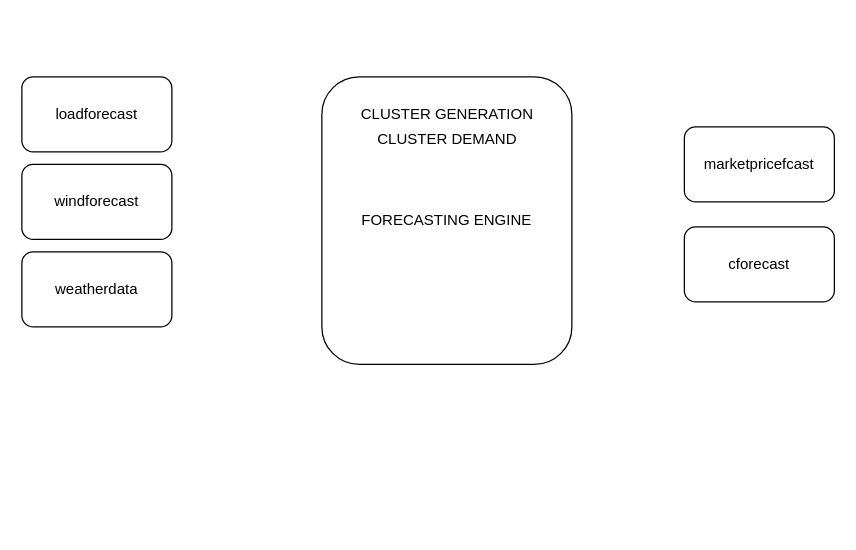
Earlier version of the draw.io diagram forecastingengine.drawio (MorrisStranger/App_Academy). Source tidied: cells renumbered, new cells numbered last; positions are measured from the earlier drawing's top-left corner, leaving out a move shared by most shapes. Both pictures are drawn from the tidied source at 125%, with x=0, y=0 at pixel (21, 76).
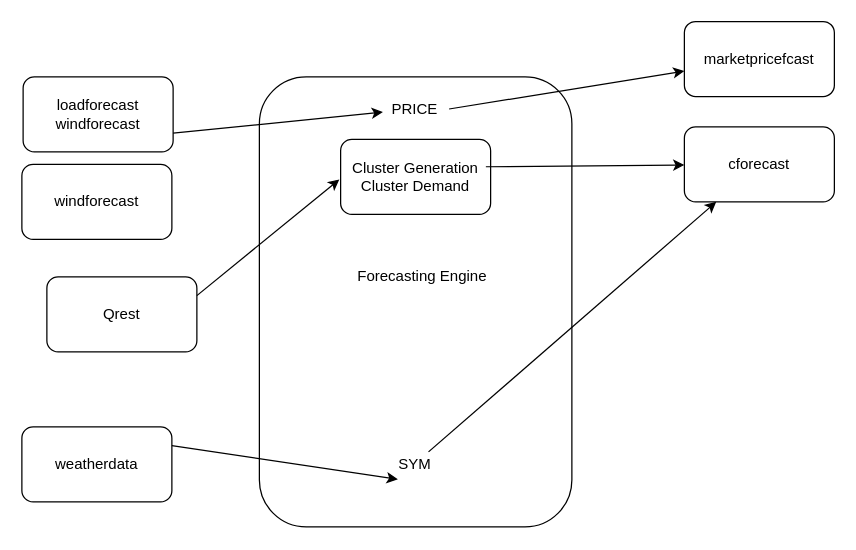
After the change.

Change to the diagram source:
```diff
@@
-    <mxCell id="2" style="group;" parent="1" vertex="1">
-      <mxGeometry x="240" width="200" height="230" as="geometry" />
-    </mxCell>
-    <mxCell id="3" value="FORECASTING ENGINE" style="rounded=1;whiteSpace=wrap;html=1;direction=south;" parent="2" vertex="1">
-      <mxGeometry width="200" height="230" as="geometry" />
-    </mxCell>
-    <mxCell id="4" value="CLUSTER DEMAND" style="text;html=1;align=center;verticalAlign=middle;fillColor=none;strokeColor=none;rounded=0;" parent="2" vertex="1">
-      <mxGeometry x="35" y="40" width="130" height="20" as="geometry" />
-    </mxCell>
-    <mxCell id="5" value="CLUSTER GENERATION" style="text;html=1;align=center;verticalAlign=middle;fillColor=none;strokeColor=none;rounded=0;" parent="2" vertex="1">
-      <mxGeometry x="25" y="20" width="150" height="20" as="geometry" />
-    </mxCell>
     <mxCell id="6" value="weatherdata" style="rounded=1;whiteSpace=wrap;html=1;" parent="1" vertex="1">
-      <mxGeometry y="140" width="120" height="60" as="geometry" />
+      <mxGeometry y="280" width="120" height="60" as="geometry" />
     </mxCell>
-    <mxCell id="7" value="loadforecast" style="rounded=1;whiteSpace=wrap;html=1;" parent="1" vertex="1">
-      <mxGeometry width="120" height="60" as="geometry" />
+    <mxCell id="7" value="loadforecast&lt;br&gt;windforecast" style="rounded=1;whiteSpace=wrap;html=1;" parent="1" vertex="1">
+      <mxGeometry x="1" width="120" height="60" as="geometry" />
     </mxCell>
@@
     <mxCell id="9" value="marketpricefcast" style="rounded=1;whiteSpace=wrap;html=1;" parent="1" vertex="1">
-      <mxGeometry x="530" y="40" width="120" height="60" as="geometry" />
+      <mxGeometry x="530" y="-44.3" width="120" height="60" as="geometry" />
     </mxCell>
     <mxCell id="10" value="cforecast" style="rounded=1;whiteSpace=wrap;html=1;" parent="1" vertex="1">
-      <mxGeometry x="530" y="120" width="120" height="60" as="geometry" />
+      <mxGeometry x="530" y="40" width="120" height="60" as="geometry" />
     </mxCell>
+    <mxCell id="11" value="Qrest" style="rounded=1;whiteSpace=wrap;html=1;" parent="1" vertex="1">
+      <mxGeometry x="20" y="160" width="120" height="60" as="geometry" />
+    </mxCell>
+    <mxCell id="12" style="group;" parent="1" vertex="1">
+      <mxGeometry x="190" width="250" height="360" as="geometry" />
+    </mxCell>
+    <mxCell id="3" style="rounded=1;whiteSpace=wrap;html=1;direction=south;" parent="12" vertex="1">
+      <mxGeometry width="250" height="360" as="geometry" />
+    </mxCell>
+    <mxCell id="13" value="PRICE" style="text;html=1;align=center;verticalAlign=middle;points=[];fillColor=none;strokeColor=none;rounded=0;" parent="12" vertex="1">
+      <mxGeometry x="98.8" y="15.7" width="50" height="20" as="geometry" />
+    </mxCell>
+    <mxCell id="14" value="SYM" style="text;html=1;align=center;verticalAlign=middle;points=[];fillColor=none;strokeColor=none;rounded=0;" parent="12" vertex="1">
+      <mxGeometry x="103.8" y="300" width="40" height="20" as="geometry" />
+    </mxCell>
+    <mxCell id="15" value="Forecasting Engine" style="text;html=1;align=center;verticalAlign=middle;fillColor=none;strokeColor=none;rounded=0;" parent="12" vertex="1">
+      <mxGeometry x="70" y="150" width="120" height="20" as="geometry" />
+    </mxCell>
+    <mxCell id="16" value="Cluster Generation&lt;br&gt;Cluster Demand" style="rounded=1;whiteSpace=wrap;html=1;" parent="12" vertex="1">
+      <mxGeometry x="65" y="50" width="120" height="60" as="geometry" />
+    </mxCell>
+    <mxCell id="17" style="endArrow=classic;html=1;exitX=1.06;exitY=0.5;exitDx=0;exitDy=0;exitPerimeter=0;" parent="1" edge="1" source="13" target="9">
+      <mxGeometry relative="1" as="geometry" />
+    </mxCell>
+    <mxCell id="18" style="endArrow=classic;html=1;" parent="1" edge="1" source="14" target="10">
+      <mxGeometry relative="1" as="geometry" />
+    </mxCell>
+    <mxCell id="19" style="endArrow=classic;html=1;exitX=1;exitY=0.25;exitDx=0;exitDy=0;entryX=0.175;entryY=1.1;entryDx=0;entryDy=0;entryPerimeter=0;" parent="1" edge="1" source="6" target="14">
+      <mxGeometry relative="1" as="geometry" />
+    </mxCell>
+    <mxCell id="20" style="endArrow=classic;html=1;entryX=0.218;entryY=0.97;entryDx=0;entryDy=0;entryPerimeter=0;exitX=1;exitY=0.25;exitDx=0;exitDy=0;" parent="1" edge="1" source="11">
+      <mxGeometry relative="1" as="geometry">
+        <mxPoint x="254" y="82" as="targetPoint" />
+      </mxGeometry>
+    </mxCell>
+    <mxCell id="21" style="endArrow=classic;html=1;" parent="1" edge="1" target="10">
+      <mxGeometry relative="1" as="geometry">
+        <mxPoint x="371.2" y="71.9" as="sourcePoint" />
+      </mxGeometry>
+    </mxCell>
+    <mxCell id="22" style="endArrow=classic;html=1;exitX=1;exitY=0.75;exitDx=0;exitDy=0;" parent="1" edge="1" source="7" target="13">
+      <mxGeometry relative="1" as="geometry" />
+    </mxCell>
```
